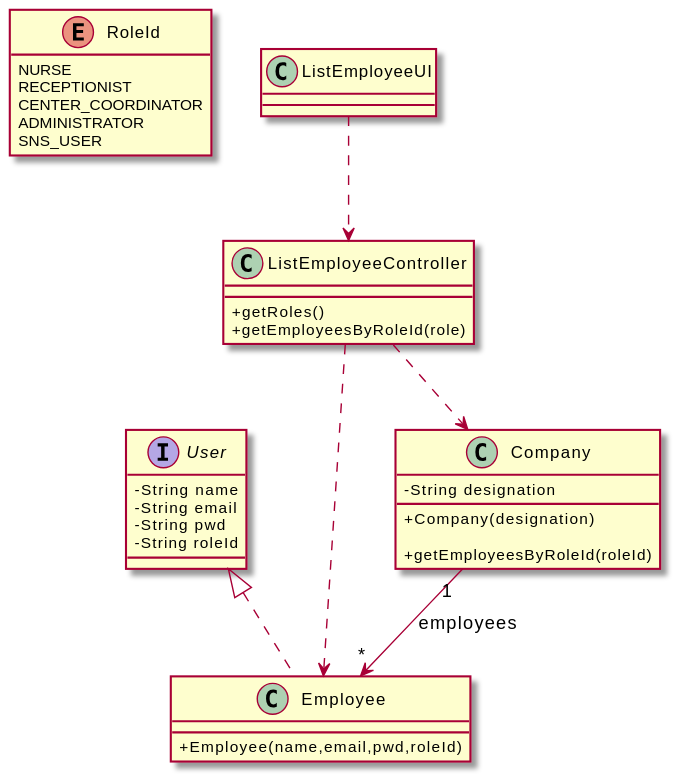
Earlier version of the PlantUML export docs/SprintB/US11/CD/US11_CD.svg (miseEnPlace-i/lapr2).
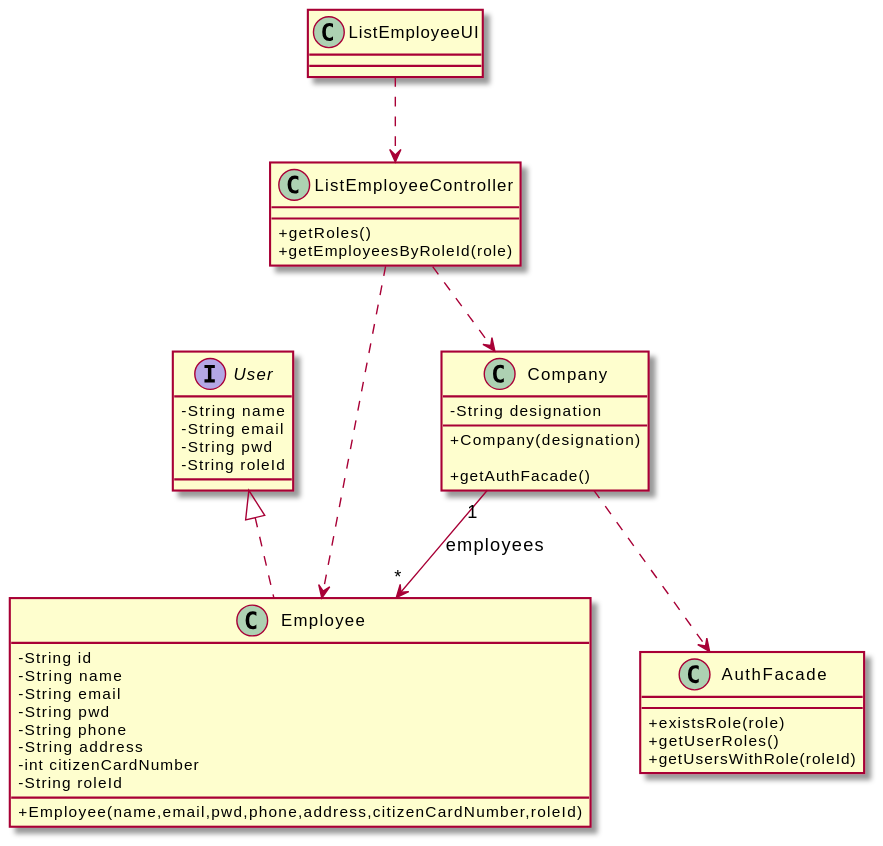
After the commit.

Diff of the diagram source:
```diff
@@ -1,7 +1,5 @@
 @startuml
 skinparam classAttributeIconSize 0
-
-hide RoleId methods
 
 interface User {
   - String name
@@ -11,14 +9,29 @@
 }
 
 class Employee {
-  +Employee(name,email,pwd,roleId)
+  -String id
+  -String name
+  -String email
+  -String pwd
+  -String phone
+  -String address
+  -int citizenCardNumber
+  -String roleId
+
+  +Employee(name,email,pwd,phone,address,citizenCardNumber,roleId)
 }
 
 class Company {
   -String designation
   +Company(designation)
 
-  +getEmployeesByRoleId(roleId)
+  +getAuthFacade()
+}
+
+class AuthFacade {
+  +existsRole(role)
+  +getUserRoles()
+  +getUsersWithRole(roleId)
 }
 
 class ListEmployeeController {
@@ -28,17 +41,10 @@
 
 class ListEmployeeUI {}
 
-enum RoleId {
-  NURSE
-  RECEPTIONIST
-  CENTER_COORDINATOR
-  ADMINISTRATOR
-  SNS_USER
-}
-
 ListEmployeeUI ..> ListEmployeeController
 ListEmployeeController ..> Employee
 ListEmployeeController ..> Company
+Company ..> AuthFacade
 
 Company "1" --> "*" Employee : employees
 
```
